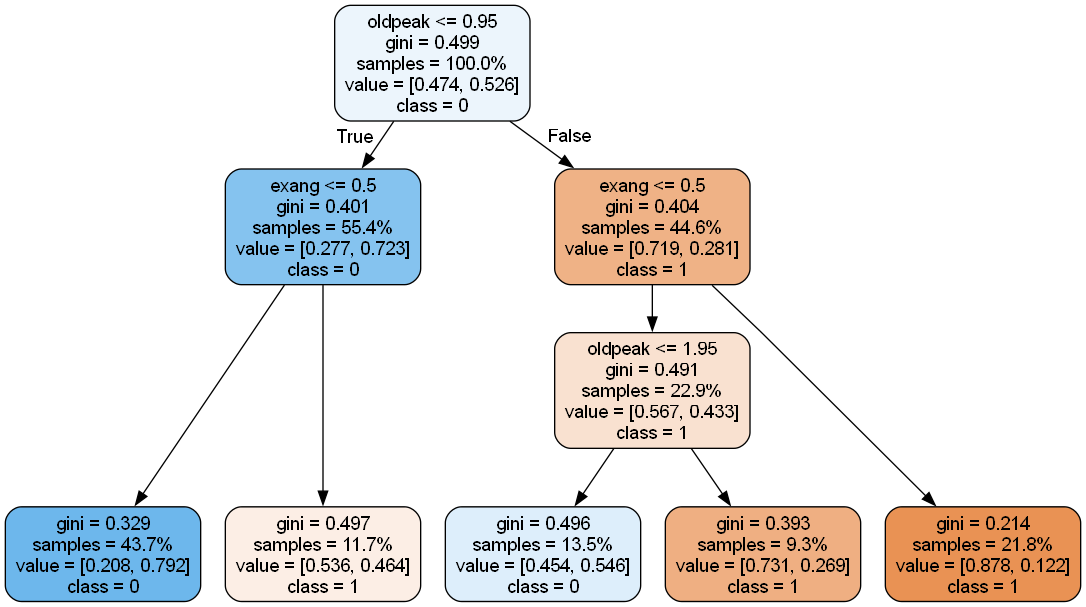
The Graphviz diagram Homework_7_Decision_Tree_Random_Forest/tree_images/manual_selected_params_decision_tree.png in Ghenntoggy1/Sigmoid-ML-Tasks, before a commit. Its source is kept beside it as Homework_7_Decision_Tree_Random_Forest/tree_images/manual_selected_params_decision_tree.dot.
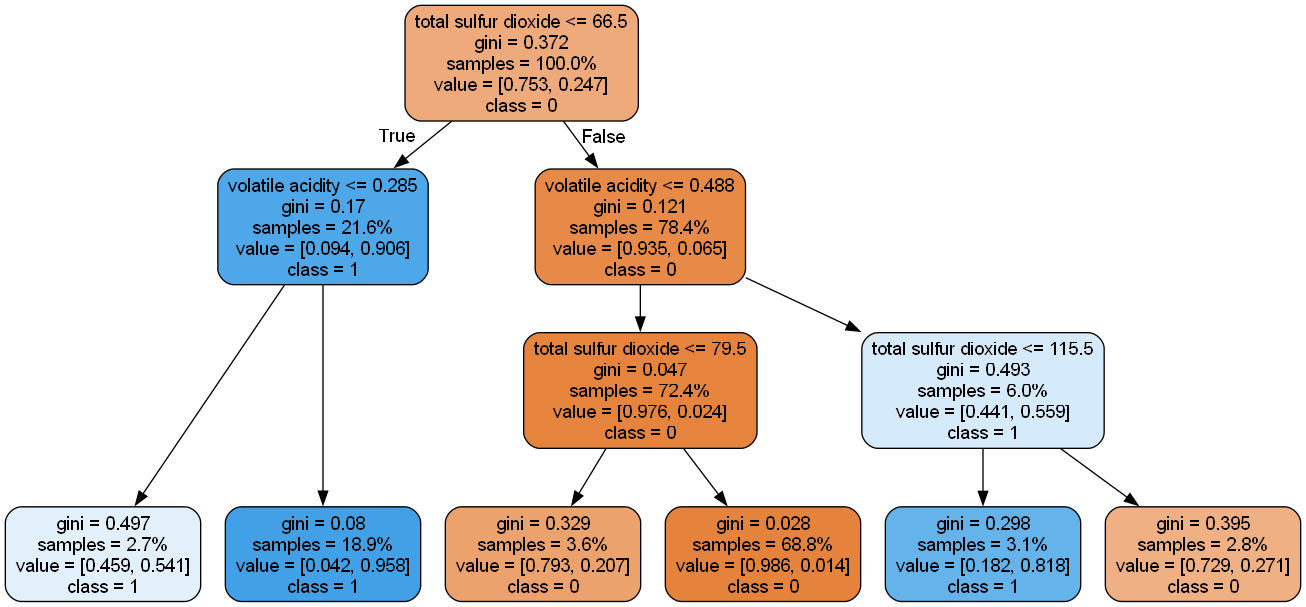
Above is the later version.

Diff of the diagram source:
```diff
@@ -2,25 +2,29 @@
 node [shape=box, style="filled, rounded", color="black", fontname="helvetica"] ;
 graph [ranksep=equally, splines=polyline] ;
 edge [fontname="helvetica"] ;
-0 [label="oldpeak <= 0.95\ngini = 0.499\nsamples = 100.0%\nvalue = [0.474, 0.526]\nclass = 0", fillcolor="#ecf5fc"] ;
-1 [label="exang <= 0.5\ngini = 0.401\nsamples = 55.4%\nvalue = [0.277, 0.723]\nclass = 0", fillcolor="#85c3ef"] ;
+0 [label="total sulfur dioxide <= 66.5\ngini = 0.372\nsamples = 100.0%\nvalue = [0.753, 0.247]\nclass = 0", fillcolor="#eeaa7a"] ;
+1 [label="volatile acidity <= 0.285\ngini = 0.17\nsamples = 21.6%\nvalue = [0.094, 0.906]\nclass = 1", fillcolor="#4da7e8"] ;
 0 -> 1 [labeldistance=2.5, labelangle=45, headlabel="True"] ;
-5 [label="gini = 0.329\nsamples = 43.7%\nvalue = [0.208, 0.792]\nclass = 0", fillcolor="#6db7ec"] ;
-1 -> 5 ;
-6 [label="gini = 0.497\nsamples = 11.7%\nvalue = [0.536, 0.464]\nclass = 1", fillcolor="#fceee5"] ;
-1 -> 6 ;
-2 [label="exang <= 0.5\ngini = 0.404\nsamples = 44.6%\nvalue = [0.719, 0.281]\nclass = 1", fillcolor="#efb286"] ;
+7 [label="gini = 0.497\nsamples = 2.7%\nvalue = [0.459, 0.541]\nclass = 1", fillcolor="#e1f0fb"] ;
+1 -> 7 ;
+8 [label="gini = 0.08\nsamples = 18.9%\nvalue = [0.042, 0.958]\nclass = 1", fillcolor="#42a1e6"] ;
+1 -> 8 ;
+2 [label="volatile acidity <= 0.488\ngini = 0.121\nsamples = 78.4%\nvalue = [0.935, 0.065]\nclass = 0", fillcolor="#e78a47"] ;
 0 -> 2 [labeldistance=2.5, labelangle=-45, headlabel="False"] ;
-3 [label="oldpeak <= 1.95\ngini = 0.491\nsamples = 22.9%\nvalue = [0.567, 0.433]\nclass = 1", fillcolor="#f9e1d0"] ;
+3 [label="total sulfur dioxide <= 79.5\ngini = 0.047\nsamples = 72.4%\nvalue = [0.976, 0.024]\nclass = 0", fillcolor="#e6843e"] ;
 2 -> 3 ;
-7 [label="gini = 0.496\nsamples = 13.5%\nvalue = [0.454, 0.546]\nclass = 0", fillcolor="#ddeefb"] ;
-3 -> 7 ;
-8 [label="gini = 0.393\nsamples = 9.3%\nvalue = [0.731, 0.269]\nclass = 1", fillcolor="#efaf82"] ;
-3 -> 8 ;
-4 [label="gini = 0.214\nsamples = 21.8%\nvalue = [0.878, 0.122]\nclass = 1", fillcolor="#e99254"] ;
+9 [label="gini = 0.329\nsamples = 3.6%\nvalue = [0.793, 0.207]\nclass = 0", fillcolor="#eca26d"] ;
+3 -> 9 ;
+10 [label="gini = 0.028\nsamples = 68.8%\nvalue = [0.986, 0.014]\nclass = 0", fillcolor="#e5833c"] ;
+3 -> 10 ;
+4 [label="total sulfur dioxide <= 115.5\ngini = 0.493\nsamples = 6.0%\nvalue = [0.441, 0.559]\nclass = 1", fillcolor="#d5eafa"] ;
 2 -> 4 ;
+5 [label="gini = 0.298\nsamples = 3.1%\nvalue = [0.182, 0.818]\nclass = 1", fillcolor="#65b3eb"] ;
+4 -> 5 ;
+6 [label="gini = 0.395\nsamples = 2.8%\nvalue = [0.729, 0.271]\nclass = 0", fillcolor="#efb083"] ;
+4 -> 6 ;
 {rank=same ; 0} ;
 {rank=same ; 1; 2} ;
-{rank=same ; 3} ;
-{rank=same ; 5; 6; 7; 8; 4} ;
+{rank=same ; 3; 4} ;
+{rank=same ; 7; 8; 9; 10; 5; 6} ;
 }
```
